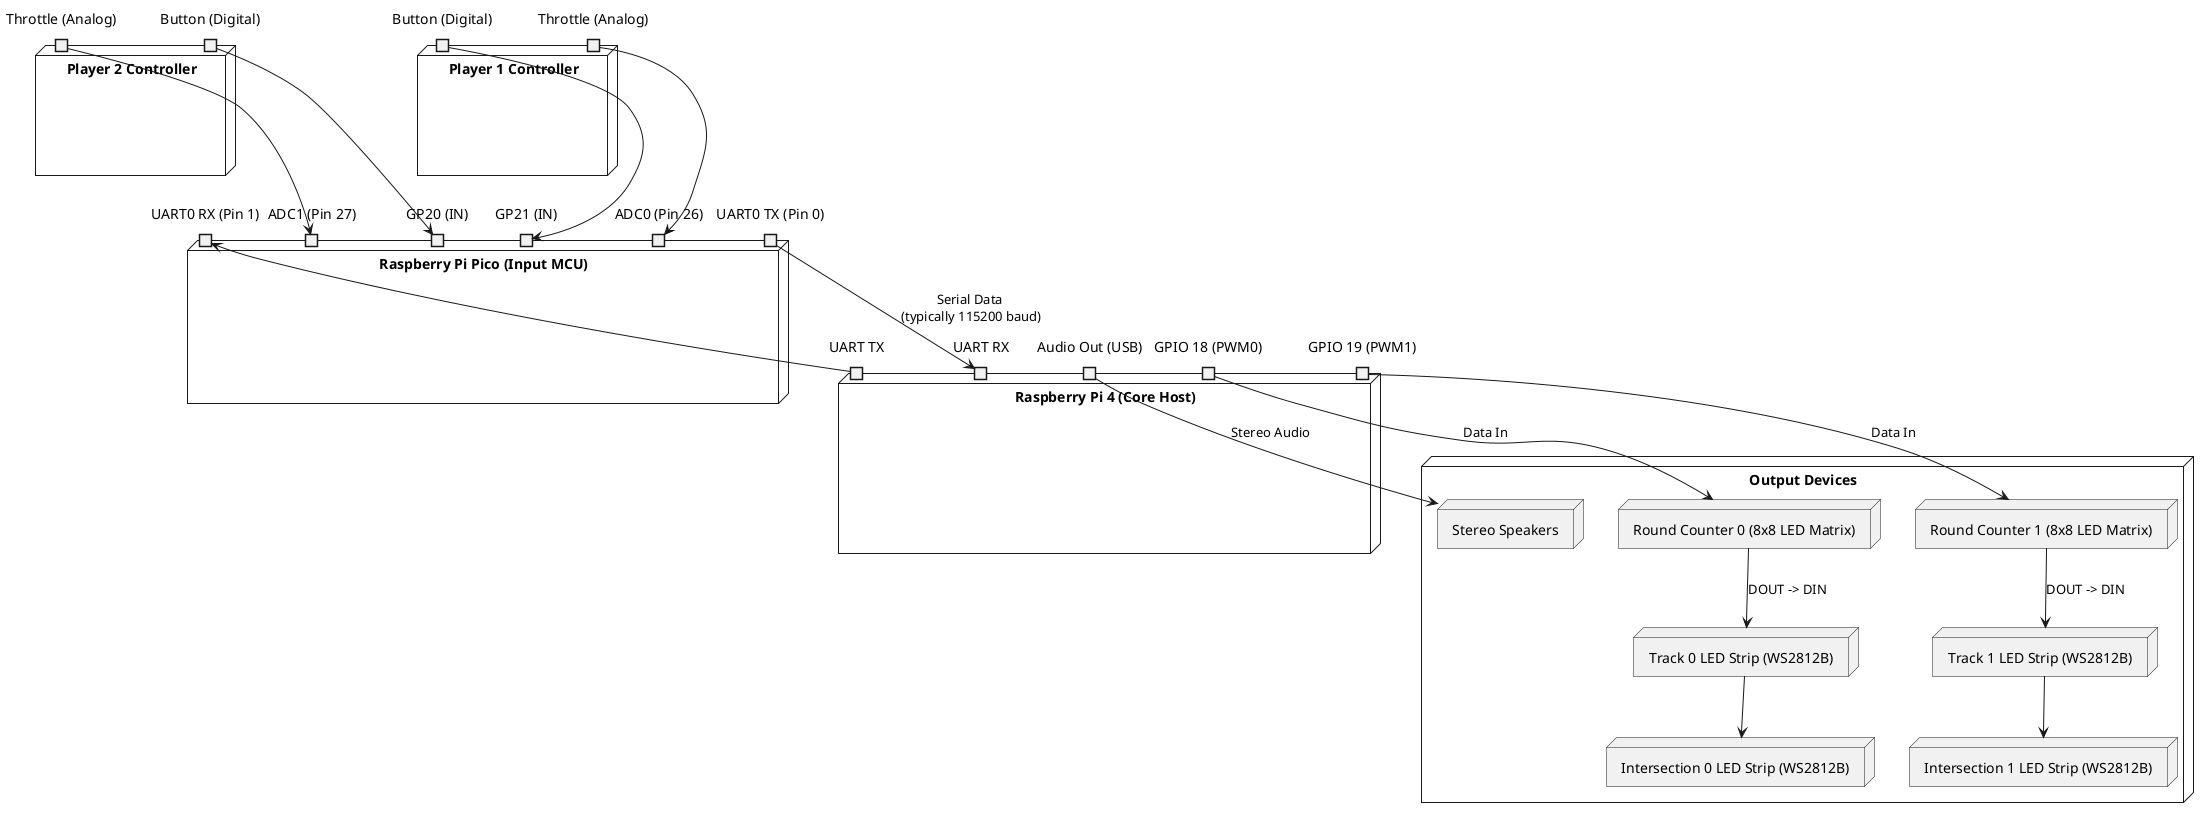
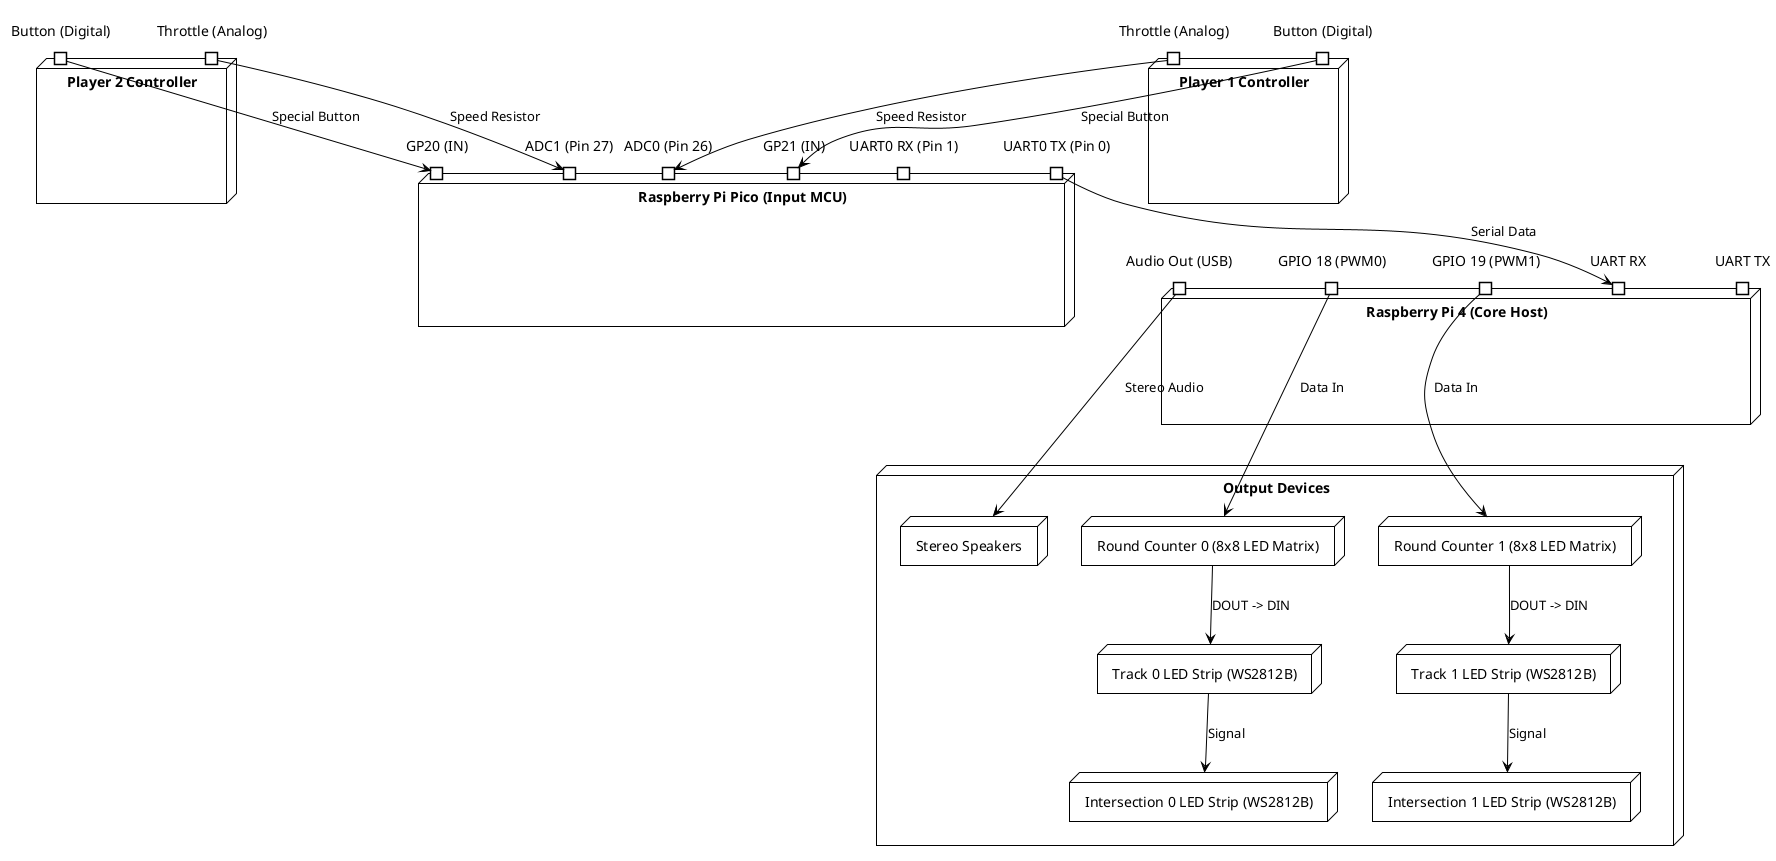
@startuml
- '!theme plain
+ !theme plain
+ 'skinparam linetype ortho

node "Player 1 Controller" as P1_Ctrl {
  port "Throttle (Analog)" as P1_A
  port "Button (Digital)" as P1_D
}
node "Player 2 Controller" as P2_Ctrl {
  port "Throttle (Analog)" as P2_A
  port "Button (Digital)" as P2_D
}

node "Raspberry Pi Pico (Input MCU)" as Pico {
  port "ADC0 (Pin 26)" as pADC1
  port "GP21 (IN)" as pD1
  port "ADC1 (Pin 27)" as pADC2
  port "GP20 (IN)" as pD2
  port "UART0 TX (Pin 0)" as pTX
  port "UART0 RX (Pin 1)" as pRX
}

- P1_A --> pADC1
- P1_D --> pD1
- P2_A --> pADC2
- P2_D --> pD2
- 
node "Raspberry Pi 4 (Core Host)" as RPi4 {
+   port "Audio Out (USB)" as rAudio
+   port "GPIO 18 (PWM0)" as rGPIO18
+   port "GPIO 19 (PWM1)" as rGPIO19
  port "UART RX" as rRX
  port "UART TX" as rTX
-   port "GPIO 18 (PWM0)" as rGPIO18
-   port "GPIO 19 (PWM1)" as rGPIO19
-   port "Audio Out (USB)" as rAudio
}

- pTX --> rRX : Serial Data \n(typically 115200 baud)
- pRX <-- rTX
+ node "Output Devices" {
+   node "Stereo Speakers" as Speakers

- node "Output Devices" {
  node "Round Counter 0 (8x8 LED Matrix)" as Matrix0
  node "Track 0 LED Strip (WS2812B)" as Track0
  node "Intersection 0 LED Strip (WS2812B)" as Intersection0

  node "Round Counter 1 (8x8 LED Matrix)" as Matrix1
  node "Track 1 LED Strip (WS2812B)" as Track1
  node "Intersection 1 LED Strip (WS2812B)" as Intersection1
- 
-   node "Stereo Speakers" as Speakers
}

- rGPIO18 --> Matrix0 : Data In
- Matrix0 --> Track0 : DOUT -> DIN
- Track0 --> Intersection0
+ ' --- Connections ---
+ pTX --> rRX : Serial Data
+ 'pRX <-[norank]- rTX : Unused

- rGPIO19 --> Matrix1 : Data In
- Matrix1 --> Track1 : DOUT -> DIN
- Track1 --> Intersection1
+ P1_A --> pADC1 : Speed Resistor
+ P1_D --> pD1 : Special Button
+ P2_A --> pADC2 : Speed Resistor
+ P2_D --> pD2 : Special Button

rAudio --> Speakers : Stereo Audio
+ rGPIO18 --> Matrix0 : Data In
+ rGPIO19 --> Matrix1 : Data In
+ 
+ Matrix0 --> Track0 : DOUT -> DIN
+ Track0 --> Intersection0 : Signal
+ 
+ Matrix1 --> Track1 : DOUT -> DIN
+ Track1 --> Intersection1 : Signal

' --- Layout Ordering Constraints ---
- P1_Ctrl -[hidden]right-> P2_Ctrl
- P1_Ctrl -[hidden]down-> pD2
- P2_Ctrl -[hidden]down-> pRX
- 'pTX -[hidden]down-> rRX
- 'rRX -[hidden]down-> Matrix0
+ 'PlayerControllers
+ P1_D -[hidden]left-> P2_A
+ 
+ 'Pico
+ P1_D -[hidden]down-> Pico
+ P2_A -[hidden]down-> Pico
+ 
+ 'Pi 4
+ 'Pico -[hidden]down-> RPi4
+ pTX -[hidden]down-> rRX
+ 
+ ' Output
+ RPi4 -[hidden]down-> "Output Devices"
@enduml